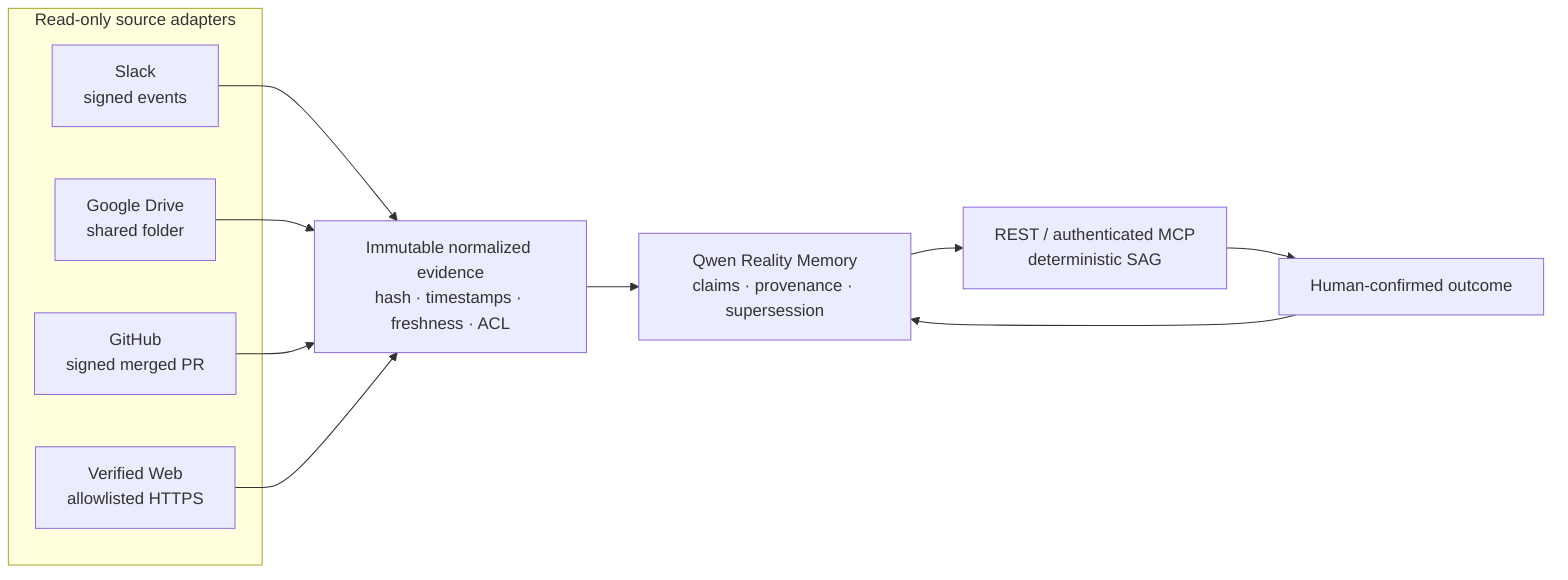
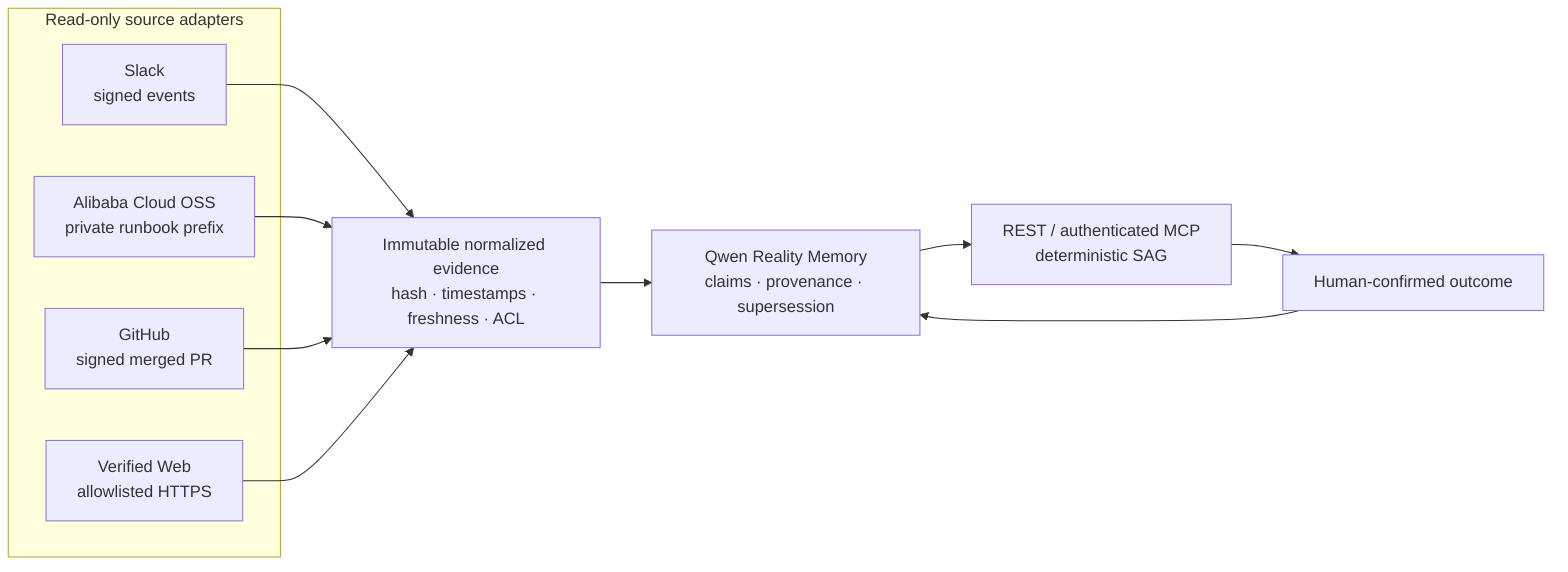
flowchart LR
  subgraph Sources["Read-only source adapters"]
    Slack["Slack\nsigned events"]
-     Drive["Google Drive\nshared folder"]
+     OSS["Alibaba Cloud OSS\nprivate runbook prefix"]
    GitHub["GitHub\nsigned merged PR"]
    Web["Verified Web\nallowlisted HTTPS"]
  end
  Evidence["Immutable normalized evidence\nhash · timestamps · freshness · ACL"]
  Qwen["Qwen Reality Memory\nclaims · provenance · supersession"]
  Gateway["REST / authenticated MCP\ndeterministic SAG"]
  Human["Human-confirmed outcome"]
  Slack --> Evidence
-   Drive --> Evidence
+   OSS --> Evidence
  GitHub --> Evidence
  Web --> Evidence
  Evidence --> Qwen --> Gateway --> Human
  Human --> Qwen
